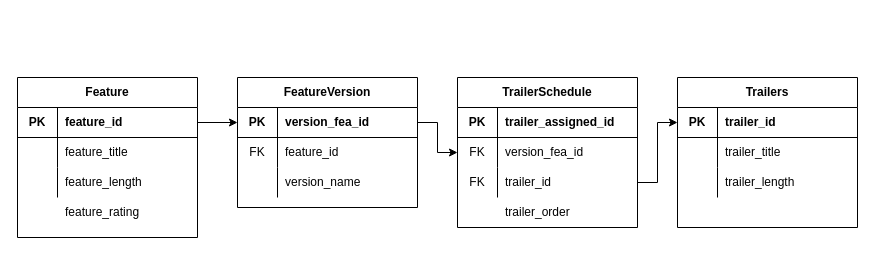
Before: moviesExample.drawio in rebeccaruva/CIT172-bex-ruvalcaba, a draw.io diagram. Source tidied: cells renumbered, new cells numbered last; positions are measured from the earlier drawing's top-left corner, leaving out a move shared by most shapes. Both pictures are drawn from the tidied source at 100%, with x=0, y=0 at pixel (17, 77).
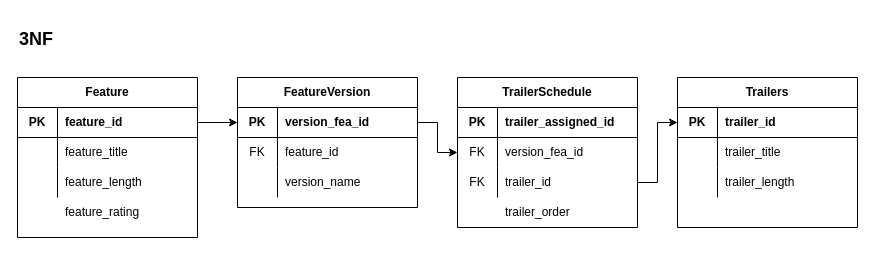
The same page after the edit.

The edit, as a diff of the source:
```diff
@@
+    <mxCell id="47" value="&lt;font style=&quot;font-size: 18px&quot;&gt;3NF&lt;/font&gt;" style="text;strokeColor=none;fillColor=none;html=1;fontSize=24;fontStyle=1;verticalAlign=middle;align=left;" parent="1" vertex="1">
+      <mxGeometry y="-60" width="100" height="40" as="geometry" />
+    </mxCell>
```
